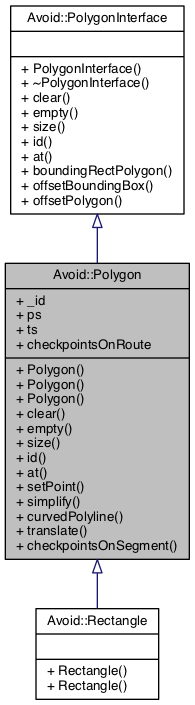
Before: documentation/classAvoid_1_1Polygon__inherit__graph.png, a diagram exported from Graphviz (mjwybrow/adaptagrams). Its source is kept beside it as documentation/classAvoid_1_1Polygon__inherit__graph.dot.
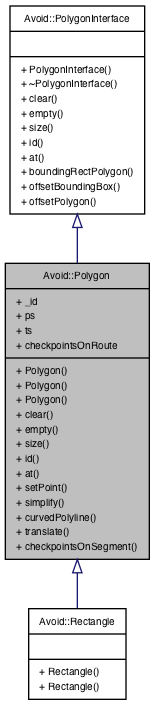
After the change.

Change to the diagram source:
```diff
@@ -2,9 +2,9 @@
 {
   edge [fontname="Helvetica",fontsize="10",labelfontname="Helvetica",labelfontsize="10"];
   node [fontname="Helvetica",fontsize="10",shape=record];
-  Node1 [label="{Avoid::Polygon\n|+ _id\l+ ps\l+ ts\l+ checkpointsOnRoute\l|+ Polygon()\l+ Polygon()\l+ Polygon()\l+ clear()\l+ empty()\l+ size()\l+ id()\l+ at()\l+ setPoint()\l+ simplify()\l+ curvedPolyline()\l+ translate()\l+ checkpointsOnSegment()\l}",height=0.2,width=0.4,color="black", fillcolor="grey75", style="filled", fontcolor="black"];
-  Node2 -> Node1 [dir="back",color="midnightblue",fontsize="10",style="solid",arrowtail="onormal",fontname="Helvetica"];
-  Node2 [label="{Avoid::PolygonInterface\n||+ PolygonInterface()\l+ ~PolygonInterface()\l+ clear()\l+ empty()\l+ size()\l+ id()\l+ at()\l+ boundingRectPolygon()\l+ offsetBoundingBox()\l+ offsetPolygon()\l}",height=0.2,width=0.4,color="black", fillcolor="white", style="filled",URL="$classAvoid_1_1PolygonInterface.html",tooltip="A common interface used by the Polygon classes. "];
-  Node1 -> Node3 [dir="back",color="midnightblue",fontsize="10",style="solid",arrowtail="onormal",fontname="Helvetica"];
-  Node3 [label="{Avoid::Rectangle\n||+ Rectangle()\l+ Rectangle()\l}",height=0.2,width=0.4,color="black", fillcolor="white", style="filled",URL="$classAvoid_1_1Rectangle.html",tooltip="A Rectangle, a simpler way to define the polygon for square or rectangular shapes. "];
+  Node0 [label="{Avoid::Polygon\n|+ _id\l+ ps\l+ ts\l+ checkpointsOnRoute\l|+ Polygon()\l+ Polygon()\l+ Polygon()\l+ clear()\l+ empty()\l+ size()\l+ id()\l+ at()\l+ setPoint()\l+ simplify()\l+ curvedPolyline()\l+ translate()\l+ checkpointsOnSegment()\l}",height=0.2,width=0.4,color="black", fillcolor="grey75", style="filled", fontcolor="black"];
+  Node1 -> Node0 [dir="back",color="midnightblue",fontsize="10",style="solid",arrowtail="onormal",fontname="Helvetica"];
+  Node1 [label="{Avoid::PolygonInterface\n||+ PolygonInterface()\l+ ~PolygonInterface()\l+ clear()\l+ empty()\l+ size()\l+ id()\l+ at()\l+ boundingRectPolygon()\l+ offsetBoundingBox()\l+ offsetPolygon()\l}",height=0.2,width=0.4,color="black", fillcolor="white", style="filled",URL="$classAvoid_1_1PolygonInterface.html",tooltip="A common interface used by the Polygon classes. "];
+  Node0 -> Node2 [dir="back",color="midnightblue",fontsize="10",style="solid",arrowtail="onormal",fontname="Helvetica"];
+  Node2 [label="{Avoid::Rectangle\n||+ Rectangle()\l+ Rectangle()\l}",height=0.2,width=0.4,color="black", fillcolor="white", style="filled",URL="$classAvoid_1_1Rectangle.html",tooltip="A Rectangle, a simpler way to define the polygon for square or rectangular shapes. "];
 }
```
